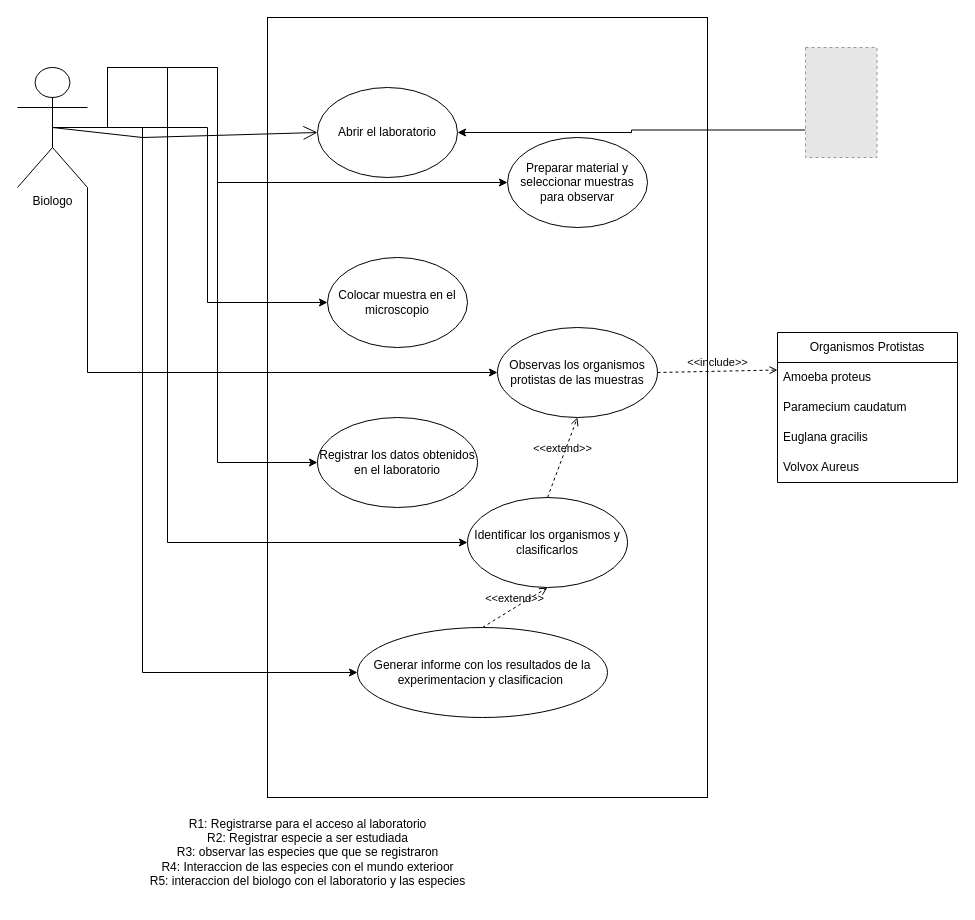
The draw.io diagram design/ReinoProtistaUseCase.drawio in nikito34-max/proyectoVeterinaria_grupo3, before the edit. Source tidied: cells renumbered, new cells numbered last; positions are measured from the earlier drawing's top-left corner, leaving out a move shared by most shapes. Both pictures are drawn from the tidied source at 100%, with x=0, y=0 at pixel (17, 17). Pictures stored in the file or linked from it are replaced by grey dashed boxes.
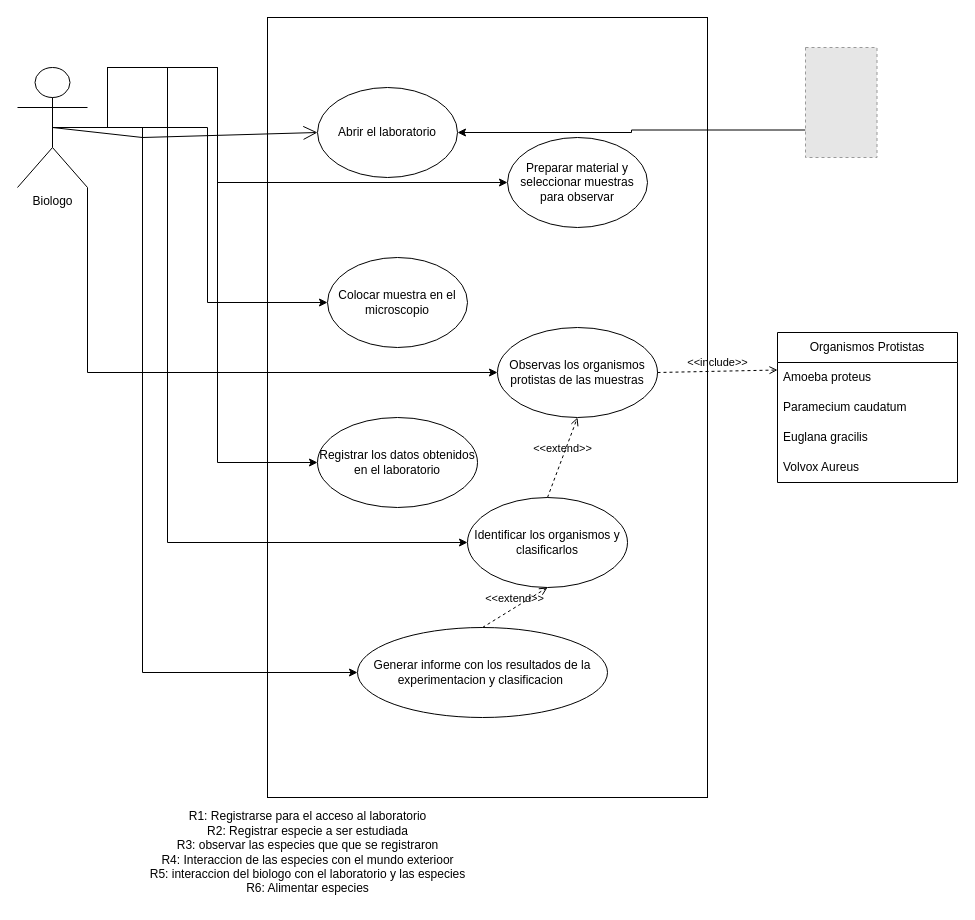
The same diagram, later.

What changed in the source:
```diff
@@
-    <mxCell id="28" value="R1: Registrarse para el acceso al laboratorio&lt;div&gt;R2: Registrar especie a ser estudiada&lt;/div&gt;&lt;div&gt;R3: observar las especies que que se registraron&lt;br&gt;R4: Interaccion de las especies con el mundo exterioor&lt;/div&gt;&lt;div&gt;R5: interaccion del biologo con el laboratorio y las especies&lt;/div&gt;" style="text;html=1;align=center;verticalAlign=middle;strokeColor=none;fillColor=none;" parent="1" vertex="1">
-      <mxGeometry x="125" y="790" width="330" height="90" as="geometry" />
+    <mxCell id="28" value="R1: Registrarse para el acceso al laboratorio&lt;div&gt;R2: Registrar especie a ser estudiada&lt;/div&gt;&lt;div&gt;R3: observar las especies que que se registraron&lt;br&gt;R4: Interaccion de las especies con el mundo exterioor&lt;/div&gt;&lt;div&gt;R5: interaccion del biologo con el laboratorio y las especies&lt;/div&gt;&lt;div&gt;R6: Alimentar especies&lt;/div&gt;" style="text;html=1;align=center;verticalAlign=middle;strokeColor=none;fillColor=none;" parent="1" vertex="1">
+      <mxGeometry x="125" y="785" width="330" height="100" as="geometry" />
     </mxCell>
```
